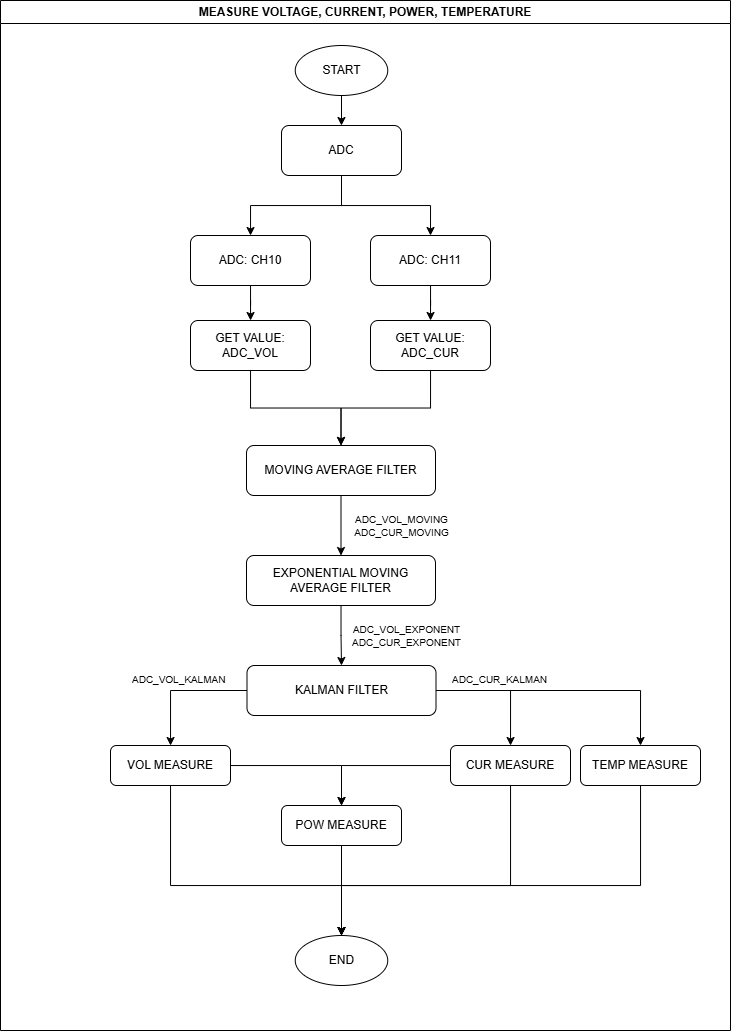
Before: FLOWCHART-VIE/FLOWCHART-VOL-CUR-POW-TEMP.png, a diagram exported from draw.io (Quynguyen34/CNC-Drill-Graduation-Project). Source tidied: cells renumbered, new cells last; positions are measured from the earlier drawing's top-left corner, leaving out a move shared by most shapes.
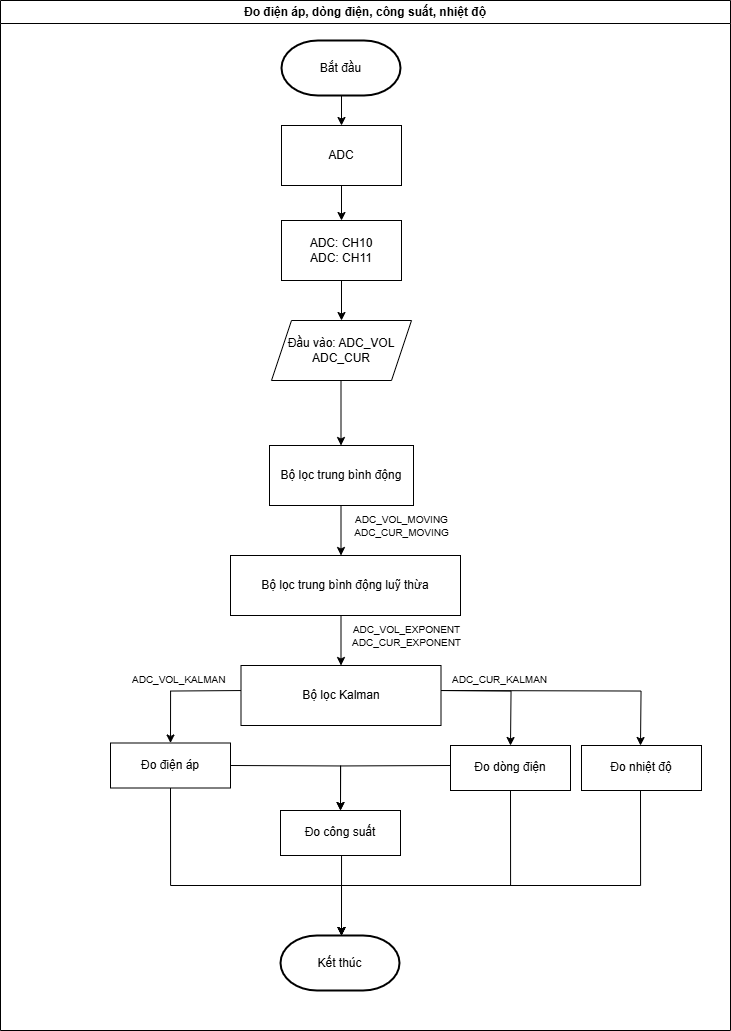
Later version of the same file.

Commit message:
add FLOWCHART-VIETSUB

What changed in the source:
```diff
@@ -2,131 +2,148 @@
   <root>
     <mxCell id="0" />
     <mxCell id="1" parent="0" />
-    <mxCell id="2" value="MEASURE VOLTAGE, CURRENT, POWER, TEMPERATURE" style="swimlane;whiteSpace=wrap;html=1;" parent="1" vertex="1">
+    <mxCell id="2" value="Đo điện áp, dòng điện, công suất, nhiệt độ" style="swimlane;whiteSpace=wrap;html=1;" parent="1" vertex="1">
       <mxGeometry width="730" height="1030" as="geometry" />
     </mxCell>
-    <mxCell id="3" style="edgeStyle=orthogonalEdgeStyle;rounded=0;jettySize=auto;html=1;exitX=0.5;exitY=1;exitDx=0;exitDy=0;entryX=0.5;entryY=0;entryDx=0;entryDy=0;" parent="2" edge="1" source="4" target="7">
-      <mxGeometry relative="1" as="geometry" />
+    <mxCell id="3" style="edgeStyle=orthogonalEdgeStyle;rounded=0;orthogonalLoop=1;jettySize=auto;html=1;exitX=0.5;exitY=1;exitDx=0;exitDy=0;entryX=0.5;entryY=0;entryDx=0;entryDy=0;" parent="2" edge="1">
+      <mxGeometry relative="1" as="geometry">
+        <mxPoint x="341" y="95" as="sourcePoint" />
+        <mxPoint x="341" y="125" as="targetPoint" />
+      </mxGeometry>
     </mxCell>
-    <mxCell id="4" value="START" style="ellipse;whiteSpace=wrap;html=1;" parent="2" vertex="1">
-      <mxGeometry x="294.8" y="45" width="92.5" height="50" as="geometry" />
-    </mxCell>
-    <mxCell id="5" style="edgeStyle=orthogonalEdgeStyle;rounded=0;jettySize=auto;html=1;" parent="2" edge="1" source="7" target="9">
-      <mxGeometry relative="1" as="geometry" />
-    </mxCell>
-    <mxCell id="6" style="edgeStyle=orthogonalEdgeStyle;rounded=0;jettySize=auto;html=1;entryX=0.5;entryY=0;entryDx=0;entryDy=0;" parent="2" edge="1" source="7" target="11">
-      <mxGeometry relative="1" as="geometry" />
-    </mxCell>
-    <mxCell id="7" value="ADC" style="rounded=1;whiteSpace=wrap;html=1;" parent="2" vertex="1">
-      <mxGeometry x="281" y="125" width="120" height="50" as="geometry" />
-    </mxCell>
-    <mxCell id="8" style="edgeStyle=orthogonalEdgeStyle;rounded=0;jettySize=auto;html=1;" parent="2" edge="1" source="9" target="13">
-      <mxGeometry relative="1" as="geometry" />
-    </mxCell>
-    <mxCell id="9" value="ADC: CH10" style="rounded=1;whiteSpace=wrap;html=1;" parent="2" vertex="1">
-      <mxGeometry x="190" y="235" width="120" height="50" as="geometry" />
-    </mxCell>
-    <mxCell id="10" style="edgeStyle=orthogonalEdgeStyle;rounded=0;jettySize=auto;html=1;" parent="2" edge="1" source="11" target="15">
-      <mxGeometry relative="1" as="geometry" />
-    </mxCell>
-    <mxCell id="11" value="ADC: CH11" style="rounded=1;whiteSpace=wrap;html=1;" parent="2" vertex="1">
-      <mxGeometry x="370" y="235" width="120" height="50" as="geometry" />
-    </mxCell>
-    <mxCell id="12" style="edgeStyle=orthogonalEdgeStyle;rounded=0;jettySize=auto;html=1;entryX=0.5;entryY=0;entryDx=0;entryDy=0;" parent="2" edge="1" source="13" target="17">
-      <mxGeometry relative="1" as="geometry" />
-    </mxCell>
-    <mxCell id="13" value="GET VALUE: ADC_VOL" style="rounded=1;whiteSpace=wrap;html=1;" parent="2" vertex="1">
-      <mxGeometry x="190" y="320" width="120" height="50" as="geometry" />
-    </mxCell>
-    <mxCell id="14" style="edgeStyle=orthogonalEdgeStyle;rounded=0;jettySize=auto;html=1;entryX=0.5;entryY=0;entryDx=0;entryDy=0;" parent="2" edge="1" source="15" target="17">
-      <mxGeometry relative="1" as="geometry" />
-    </mxCell>
-    <mxCell id="15" value="GET VALUE:&lt;div&gt;ADC_CUR&lt;/div&gt;" style="rounded=1;whiteSpace=wrap;html=1;" parent="2" vertex="1">
-      <mxGeometry x="370" y="320" width="120" height="50" as="geometry" />
-    </mxCell>
-    <mxCell id="16" style="edgeStyle=orthogonalEdgeStyle;rounded=0;jettySize=auto;html=1;" parent="2" edge="1" source="17" target="19">
-      <mxGeometry relative="1" as="geometry" />
+    <mxCell id="16" style="edgeStyle=orthogonalEdgeStyle;rounded=0;orthogonalLoop=1;jettySize=auto;html=1;" parent="2" edge="1">
+      <mxGeometry relative="1" as="geometry">
+        <mxPoint x="340.5" y="495" as="sourcePoint" />
+        <mxPoint x="340.5" y="555" as="targetPoint" />
+      </mxGeometry>
     </mxCell>
-    <mxCell id="17" value="MOVING AVERAGE FILTER" style="rounded=1;whiteSpace=wrap;html=1;" parent="2" vertex="1">
-      <mxGeometry x="246" y="445" width="189" height="50" as="geometry" />
-    </mxCell>
-    <mxCell id="18" style="edgeStyle=orthogonalEdgeStyle;rounded=0;jettySize=auto;html=1;" parent="2" edge="1" source="19" target="24">
-      <mxGeometry relative="1" as="geometry" />
+    <mxCell id="18" style="edgeStyle=orthogonalEdgeStyle;rounded=0;orthogonalLoop=1;jettySize=auto;html=1;" parent="2" edge="1">
+      <mxGeometry relative="1" as="geometry">
+        <mxPoint x="340.5" y="605" as="sourcePoint" />
+        <mxPoint x="340.5" y="665" as="targetPoint" />
+      </mxGeometry>
     </mxCell>
-    <mxCell id="19" value="EXPONENTIAL MOVING AVERAGE FILTER" style="rounded=1;whiteSpace=wrap;html=1;" parent="2" vertex="1">
-      <mxGeometry x="246" y="555" width="189" height="50" as="geometry" />
-    </mxCell>
     <mxCell id="20" value="&lt;font style=&quot;font-size: 10px;&quot;&gt;ADC_VOL_MOVING&lt;/font&gt;&lt;div style=&quot;font-size: 10px;&quot;&gt;&lt;font style=&quot;font-size: 10px;&quot;&gt;ADC_CUR_MOVING&lt;/font&gt;&lt;/div&gt;" style="text;html=1;align=center;verticalAlign=middle;strokeColor=none;fillColor=none;" parent="2" vertex="1">
       <mxGeometry x="341" y="505" width="120" height="40" as="geometry" />
     </mxCell>
-    <mxCell id="21" style="edgeStyle=orthogonalEdgeStyle;rounded=0;jettySize=auto;html=1;" parent="2" edge="1" source="24" target="28">
-      <mxGeometry relative="1" as="geometry" />
+    <mxCell id="21" style="edgeStyle=orthogonalEdgeStyle;rounded=0;orthogonalLoop=1;jettySize=auto;html=1;" parent="2" edge="1">
+      <mxGeometry relative="1" as="geometry">
+        <mxPoint x="435.5" y="690" as="sourcePoint" />
+        <mxPoint x="510" y="745" as="targetPoint" />
+      </mxGeometry>
     </mxCell>
-    <mxCell id="22" style="edgeStyle=orthogonalEdgeStyle;rounded=0;jettySize=auto;html=1;" parent="2" edge="1" source="24" target="31">
-      <mxGeometry relative="1" as="geometry" />
+    <mxCell id="22" style="edgeStyle=orthogonalEdgeStyle;rounded=0;jettySize=auto;html=1;entryX=0.5;entryY=0;entryDx=0;entryDy=0;" parent="2" edge="1" target="48">
+      <mxGeometry relative="1" as="geometry">
+        <mxPoint x="246.5" y="690" as="sourcePoint" />
+      </mxGeometry>
     </mxCell>
-    <mxCell id="23" style="edgeStyle=orthogonalEdgeStyle;rounded=0;jettySize=auto;html=1;entryX=0.5;entryY=0;entryDx=0;entryDy=0;" parent="2" edge="1" source="24" target="35">
-      <mxGeometry relative="1" as="geometry" />
+    <mxCell id="23" style="edgeStyle=orthogonalEdgeStyle;rounded=0;orthogonalLoop=1;jettySize=auto;html=1;entryX=0.5;entryY=0;entryDx=0;entryDy=0;" parent="2" edge="1">
+      <mxGeometry relative="1" as="geometry">
+        <mxPoint x="435.5" y="690" as="sourcePoint" />
+        <mxPoint x="640" y="745" as="targetPoint" />
+      </mxGeometry>
     </mxCell>
-    <mxCell id="24" value="KALMAN FILTER" style="rounded=1;whiteSpace=wrap;html=1;" parent="2" vertex="1">
-      <mxGeometry x="246.5" y="665" width="189" height="50" as="geometry" />
-    </mxCell>
     <mxCell id="25" value="&lt;font style=&quot;font-size: 10px;&quot;&gt;ADC_VOL_EXPONENT&lt;/font&gt;&lt;div style=&quot;font-size: 10px;&quot;&gt;&lt;font style=&quot;font-size: 10px;&quot;&gt;ADC_CUR_EXPONENT&lt;/font&gt;&lt;/div&gt;" style="text;html=1;align=center;verticalAlign=middle;strokeColor=none;fillColor=none;" parent="2" vertex="1">
       <mxGeometry x="341" y="615" width="130" height="40" as="geometry" />
     </mxCell>
-    <mxCell id="26" style="edgeStyle=orthogonalEdgeStyle;rounded=0;jettySize=auto;html=1;entryX=0.5;entryY=0;entryDx=0;entryDy=0;" parent="2" edge="1" source="28" target="37">
-      <mxGeometry relative="1" as="geometry" />
+    <mxCell id="26" style="edgeStyle=orthogonalEdgeStyle;rounded=0;jettySize=auto;html=1;entryX=0.5;entryY=0;entryDx=0;entryDy=0;" parent="2" edge="1" target="50">
+      <mxGeometry relative="1" as="geometry">
+        <mxPoint x="450" y="765" as="sourcePoint" />
+      </mxGeometry>
     </mxCell>
-    <mxCell id="27" style="edgeStyle=orthogonalEdgeStyle;rounded=0;jettySize=auto;html=1;entryX=0.5;entryY=0;entryDx=0;entryDy=0;" parent="2" edge="1" source="28" target="38">
+    <mxCell id="27" style="edgeStyle=orthogonalEdgeStyle;rounded=0;orthogonalLoop=1;jettySize=auto;html=1;entryX=0.5;entryY=0;entryDx=0;entryDy=0;" parent="2" edge="1">
       <mxGeometry relative="1" as="geometry">
+        <mxPoint x="510" y="785" as="sourcePoint" />
+        <mxPoint x="341" y="935" as="targetPoint" />
         <Array as="points">
           <mxPoint x="510" y="885" />
           <mxPoint x="341" y="885" />
         </Array>
       </mxGeometry>
     </mxCell>
-    <mxCell id="28" value="CUR MEASURE" style="rounded=1;whiteSpace=wrap;html=1;" parent="2" vertex="1">
-      <mxGeometry x="450" y="745" width="120" height="40" as="geometry" />
-    </mxCell>
-    <mxCell id="29" style="edgeStyle=orthogonalEdgeStyle;rounded=0;jettySize=auto;html=1;" parent="2" edge="1" source="31" target="37">
-      <mxGeometry relative="1" as="geometry" />
+    <mxCell id="29" style="edgeStyle=orthogonalEdgeStyle;rounded=0;jettySize=auto;html=1;entryX=0.5;entryY=0;entryDx=0;entryDy=0;" parent="2" edge="1" target="50">
+      <mxGeometry relative="1" as="geometry">
+        <mxPoint x="230" y="765" as="sourcePoint" />
+      </mxGeometry>
     </mxCell>
-    <mxCell id="30" style="edgeStyle=orthogonalEdgeStyle;rounded=0;jettySize=auto;html=1;entryX=0.5;entryY=0;entryDx=0;entryDy=0;" parent="2" edge="1" source="31" target="38">
+    <mxCell id="30" style="edgeStyle=orthogonalEdgeStyle;rounded=0;orthogonalLoop=1;jettySize=auto;html=1;entryX=0.5;entryY=0;entryDx=0;entryDy=0;" parent="2" edge="1">
       <mxGeometry relative="1" as="geometry">
+        <mxPoint x="170" y="785" as="sourcePoint" />
+        <mxPoint x="341" y="935" as="targetPoint" />
         <Array as="points">
           <mxPoint x="170" y="885" />
           <mxPoint x="341" y="885" />
         </Array>
       </mxGeometry>
     </mxCell>
-    <mxCell id="31" value="VOL MEASURE" style="rounded=1;whiteSpace=wrap;html=1;" parent="2" vertex="1">
-      <mxGeometry x="110" y="745" width="120" height="40" as="geometry" />
-    </mxCell>
     <mxCell id="32" value="&lt;div style=&quot;text-align: center;&quot;&gt;&lt;span style=&quot;background-color: initial; font-size: 10px; text-wrap: nowrap;&quot;&gt;ADC_VOL_KALMAN&lt;/span&gt;&lt;/div&gt;" style="text;whiteSpace=wrap;html=1;" parent="2" vertex="1">
       <mxGeometry x="130" y="665" width="100" height="20" as="geometry" />
     </mxCell>
     <mxCell id="33" value="&lt;div style=&quot;text-align: center;&quot;&gt;&lt;span style=&quot;background-color: initial; font-size: 10px; text-wrap: nowrap;&quot;&gt;ADC_CUR_KALMAN&lt;/span&gt;&lt;/div&gt;" style="text;whiteSpace=wrap;html=1;" parent="2" vertex="1">
       <mxGeometry x="450" y="665" width="100" height="20" as="geometry" />
     </mxCell>
-    <mxCell id="34" style="edgeStyle=orthogonalEdgeStyle;rounded=0;jettySize=auto;html=1;entryX=0.5;entryY=0;entryDx=0;entryDy=0;" parent="2" edge="1" source="35" target="38">
+    <mxCell id="34" style="edgeStyle=orthogonalEdgeStyle;rounded=0;orthogonalLoop=1;jettySize=auto;html=1;entryX=0.5;entryY=0;entryDx=0;entryDy=0;" parent="2" edge="1">
       <mxGeometry relative="1" as="geometry">
+        <mxPoint x="640" y="785" as="sourcePoint" />
+        <mxPoint x="341" y="935" as="targetPoint" />
         <Array as="points">
           <mxPoint x="640" y="885" />
           <mxPoint x="341" y="885" />
         </Array>
       </mxGeometry>
     </mxCell>
-    <mxCell id="35" value="TEMP MEASURE" style="rounded=1;whiteSpace=wrap;html=1;" parent="2" vertex="1">
-      <mxGeometry x="580" y="745" width="120" height="40" as="geometry" />
-    </mxCell>
-    <mxCell id="36" style="edgeStyle=orthogonalEdgeStyle;rounded=0;jettySize=auto;html=1;" parent="2" edge="1" source="37" target="38">
-      <mxGeometry relative="1" as="geometry" />
+    <mxCell id="36" style="edgeStyle=orthogonalEdgeStyle;rounded=0;orthogonalLoop=1;jettySize=auto;html=1;" parent="2" edge="1">
+      <mxGeometry relative="1" as="geometry">
+        <mxPoint x="341" y="845" as="sourcePoint" />
+        <mxPoint x="341" y="935" as="targetPoint" />
+      </mxGeometry>
     </mxCell>
-    <mxCell id="37" value="POW MEASURE" style="rounded=1;whiteSpace=wrap;html=1;" parent="2" vertex="1">
-      <mxGeometry x="281" y="805" width="120" height="40" as="geometry" />
-    </mxCell>
-    <mxCell id="38" value="END" style="ellipse;whiteSpace=wrap;html=1;" parent="2" vertex="1">
-      <mxGeometry x="294.8" y="935" width="92.5" height="50" as="geometry" />
-    </mxCell>
+    <mxCell id="39" value="Bắt đầu" style="strokeWidth=2;html=1;shape=mxgraph.flowchart.terminator;whiteSpace=wrap;" parent="2" vertex="1">
+      <mxGeometry x="281" y="40" width="119" height="55" as="geometry" />
+    </mxCell>
+    <mxCell id="40" style="edgeStyle=orthogonalEdgeStyle;rounded=0;jettySize=auto;html=1;" parent="2" edge="1" source="7" target="42">
+      <mxGeometry relative="1" as="geometry" />
+    </mxCell>
+    <mxCell id="7" value="ADC" style="rounded=0;whiteSpace=wrap;html=1;" parent="2" vertex="1">
+      <mxGeometry x="281" y="125" width="120" height="60" as="geometry" />
+    </mxCell>
+    <mxCell id="41" style="edgeStyle=orthogonalEdgeStyle;rounded=0;jettySize=auto;html=1;" parent="2" edge="1" source="42" target="44">
+      <mxGeometry relative="1" as="geometry" />
+    </mxCell>
+    <mxCell id="42" value="ADC: CH10&lt;div&gt;ADC: CH11&lt;br&gt;&lt;/div&gt;" style="rounded=0;whiteSpace=wrap;html=1;" parent="2" vertex="1">
+      <mxGeometry x="281" y="220" width="120" height="60" as="geometry" />
+    </mxCell>
+    <mxCell id="43" style="edgeStyle=orthogonalEdgeStyle;rounded=0;jettySize=auto;html=1;" parent="2" edge="1" source="44">
+      <mxGeometry relative="1" as="geometry">
+        <mxPoint x="340.5" y="445" as="targetPoint" />
+      </mxGeometry>
+    </mxCell>
+    <mxCell id="44" value="Đầu vào: ADC_VOL&lt;div&gt;ADC_CUR&lt;/div&gt;" style="shape=parallelogram;perimeter=parallelogramPerimeter;whiteSpace=wrap;html=1;fixedSize=1;" parent="2" vertex="1">
+      <mxGeometry x="271" y="320" width="140" height="60" as="geometry" />
+    </mxCell>
+    <mxCell id="45" value="&lt;div&gt;Bộ lọc trung bình động&lt;/div&gt;" style="rounded=0;whiteSpace=wrap;html=1;" parent="2" vertex="1">
+      <mxGeometry x="269" y="445" width="144" height="60" as="geometry" />
+    </mxCell>
+    <mxCell id="46" value="&lt;div&gt;Bộ lọc trung bình động luỹ thừa&lt;/div&gt;" style="rounded=0;whiteSpace=wrap;html=1;" parent="2" vertex="1">
+      <mxGeometry x="230" y="555" width="230" height="60" as="geometry" />
+    </mxCell>
+    <mxCell id="47" value="&lt;div&gt;Bộ lọc Kalman&lt;/div&gt;" style="rounded=0;whiteSpace=wrap;html=1;" parent="2" vertex="1">
+      <mxGeometry x="240.5" y="665" width="200" height="60" as="geometry" />
+    </mxCell>
+    <mxCell id="48" value="Đo điện áp" style="rounded=0;whiteSpace=wrap;html=1;" parent="2" vertex="1">
+      <mxGeometry x="110" y="742.5" width="120" height="45" as="geometry" />
+    </mxCell>
+    <mxCell id="49" value="Đo dòng điện" style="rounded=0;whiteSpace=wrap;html=1;" parent="2" vertex="1">
+      <mxGeometry x="450" y="745" width="120" height="45" as="geometry" />
+    </mxCell>
+    <mxCell id="50" value="Đo công suất" style="rounded=0;whiteSpace=wrap;html=1;" parent="2" vertex="1">
+      <mxGeometry x="280" y="810" width="120" height="45" as="geometry" />
+    </mxCell>
+    <mxCell id="51" value="Đo nhiệt độ" style="rounded=0;whiteSpace=wrap;html=1;" parent="2" vertex="1">
+      <mxGeometry x="581" y="745" width="120" height="45" as="geometry" />
+    </mxCell>
+    <mxCell id="52" value="Kết thúc" style="strokeWidth=2;html=1;shape=mxgraph.flowchart.terminator;whiteSpace=wrap;" parent="2" vertex="1">
+      <mxGeometry x="280" y="935" width="119" height="55" as="geometry" />
+    </mxCell>
   </root>
 </mxGraphModel>
```
